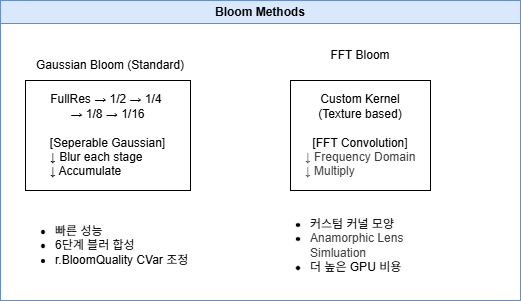
This is static/post_images/unreal-rendering-pipeline-analysis/BloomMethod.png from Hamsik2rang/Hamsik2rang.github.io, a draw.io export, as it was before one commit. Source tidied: cells renumbered, new cells last; positions are measured from the earlier drawing's top-left corner, leaving out a move shared by most shapes. The source it was exported from:
```xml
<mxGraphModel>
  <root>
    <mxCell id="0" />
    <mxCell id="1" parent="0" />
    <mxCell id="2" value="Bloom Methods" style="swimlane;whiteSpace=wrap;html=1;fillColor=#dae8fc;strokeColor=#6c8ebf;" parent="1" vertex="1">
      <mxGeometry width="520" height="300" as="geometry" />
    </mxCell>
    <mxCell id="3" value="Custom Kernel&lt;br&gt;(Texture based)&lt;div&gt;&lt;br&gt;&lt;/div&gt;&lt;div&gt;[FFT Convolution]&lt;/div&gt;&lt;div&gt;&lt;div style=&quot;text-align: left;&quot;&gt;&lt;span style=&quot;color: rgb(63, 63, 63); background-color: transparent;&quot;&gt;↓ Frequency Domain&lt;/span&gt;&lt;/div&gt;&lt;div style=&quot;text-align: left;&quot;&gt;&lt;span style=&quot;color: rgb(63, 63, 63); background-color: transparent;&quot;&gt;↓ Multiply&lt;/span&gt;&lt;/div&gt;&lt;/div&gt;" style="rounded=0;whiteSpace=wrap;html=1;" parent="2" vertex="1">
      <mxGeometry x="290" y="80" width="140" height="110" as="geometry" />
    </mxCell>
    <mxCell id="4" value="FFT Bloom" style="text;html=1;align=center;verticalAlign=middle;whiteSpace=wrap;rounded=0;" parent="2" vertex="1">
      <mxGeometry x="300" y="40" width="120" height="30" as="geometry" />
    </mxCell>
    <mxCell id="5" value="&lt;div style=&quot;&quot;&gt;&lt;span style=&quot;background-color: transparent;&quot;&gt;FullRes → 1/2 → 1/4&amp;nbsp;&lt;/span&gt;&lt;/div&gt;&lt;div style=&quot;&quot;&gt;&lt;span style=&quot;background-color: transparent;&quot;&gt;→ 1/8 → 1/16&lt;/span&gt;&lt;/div&gt;&lt;div style=&quot;&quot;&gt;&lt;br&gt;&lt;/div&gt;&lt;div style=&quot;&quot;&gt;&lt;span style=&quot;background-color: transparent;&quot;&gt;[Seperable Gaussian]&lt;/span&gt;&lt;/div&gt;&lt;div style=&quot;text-align: left;&quot;&gt;&lt;span style=&quot;background-color: transparent;&quot;&gt;↓ Blur each stage&lt;/span&gt;&lt;/div&gt;&lt;div style=&quot;text-align: left;&quot;&gt;↓ Accumulate&lt;/div&gt;" style="rounded=0;whiteSpace=wrap;html=1;align=center;" parent="2" vertex="1">
      <mxGeometry x="25" y="80" width="165" height="110" as="geometry" />
    </mxCell>
    <mxCell id="6" value="&lt;ul&gt;&lt;li&gt;빠른 성능&lt;/li&gt;&lt;li&gt;6단계 블러 합성&lt;/li&gt;&lt;li&gt;r.BloomQuality CVar 조정&lt;/li&gt;&lt;/ul&gt;" style="text;html=1;align=left;verticalAlign=middle;whiteSpace=wrap;rounded=0;" parent="2" vertex="1">
      <mxGeometry x="13" y="200" width="185" height="90" as="geometry" />
    </mxCell>
    <mxCell id="7" value="&lt;ul&gt;&lt;li&gt;커스텀 커널 모양&lt;/li&gt;&lt;li&gt;&lt;span style=&quot;color: rgb(63, 63, 63); background-color: transparent;&quot;&gt;Anamorphic Lens Simluation&lt;/span&gt;&lt;/li&gt;&lt;li&gt;더 높은 GPU 비용&lt;/li&gt;&lt;/ul&gt;" style="text;html=1;align=left;verticalAlign=middle;whiteSpace=wrap;rounded=0;" parent="2" vertex="1">
      <mxGeometry x="267.5" y="200" width="185" height="90" as="geometry" />
    </mxCell>
    <mxCell id="8" value="Gaussian Bloom (Standard)" style="text;html=1;align=center;verticalAlign=middle;whiteSpace=wrap;rounded=0;" parent="1" vertex="1">
      <mxGeometry x="30" y="50" width="160" height="30" as="geometry" />
    </mxCell>
  </root>
</mxGraphModel>
```
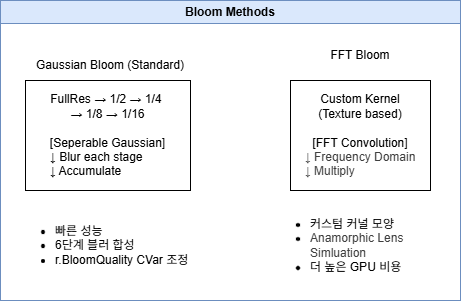
The same diagram one commit later.

What changed in the source:
```diff
@@ -1,9 +1,9 @@
-<mxGraphModel>
+<mxGraphModel background="#ffffff">
   <root>
     <mxCell id="0" />
     <mxCell id="1" parent="0" />
     <mxCell id="2" value="Bloom Methods" style="swimlane;whiteSpace=wrap;html=1;fillColor=#dae8fc;strokeColor=#6c8ebf;" parent="1" vertex="1">
-      <mxGeometry width="520" height="300" as="geometry" />
+      <mxGeometry width="460" height="300" as="geometry" />
     </mxCell>
     <mxCell id="3" value="Custom Kernel&lt;br&gt;(Texture based)&lt;div&gt;&lt;br&gt;&lt;/div&gt;&lt;div&gt;[FFT Convolution]&lt;/div&gt;&lt;div&gt;&lt;div style=&quot;text-align: left;&quot;&gt;&lt;span style=&quot;color: rgb(63, 63, 63); background-color: transparent;&quot;&gt;↓ Frequency Domain&lt;/span&gt;&lt;/div&gt;&lt;div style=&quot;text-align: left;&quot;&gt;&lt;span style=&quot;color: rgb(63, 63, 63); background-color: transparent;&quot;&gt;↓ Multiply&lt;/span&gt;&lt;/div&gt;&lt;/div&gt;" style="rounded=0;whiteSpace=wrap;html=1;" parent="2" vertex="1">
       <mxGeometry x="290" y="80" width="140" height="110" as="geometry" />
```
